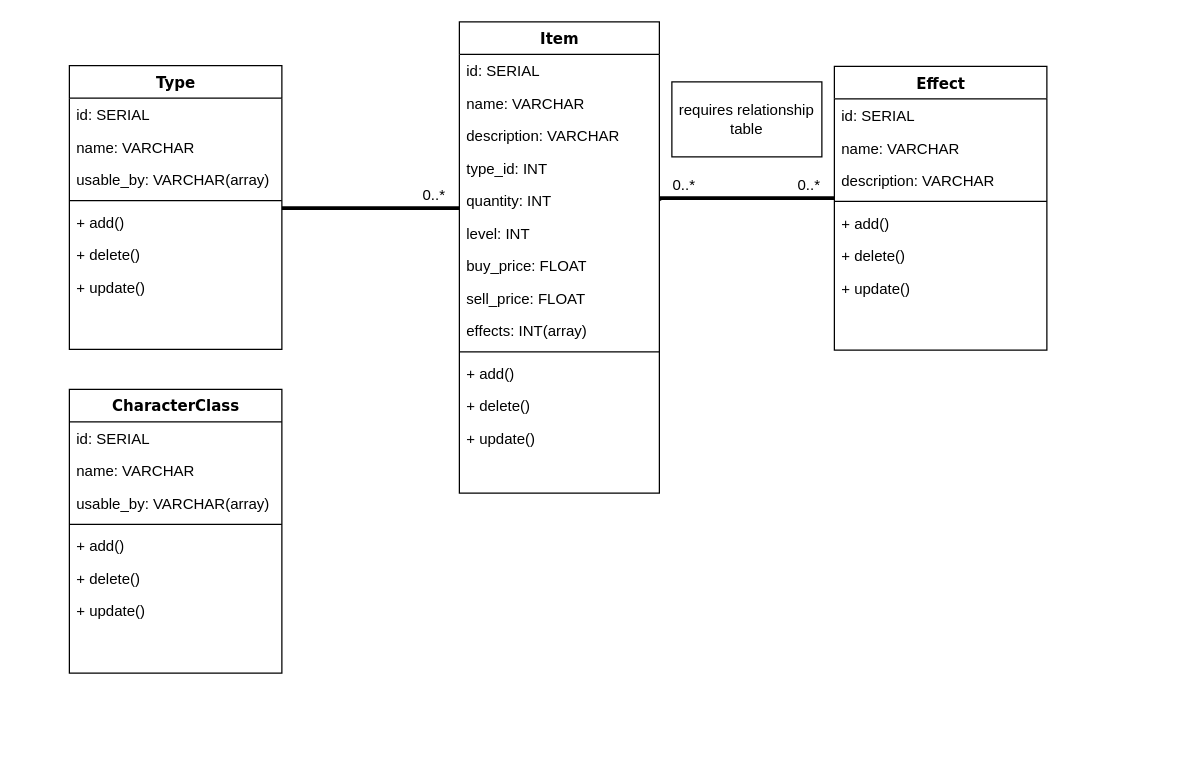
Earlier version of the draw.io diagram documents/Class Diagram.drawio (joshua-gibson/adventurer_shop). Source tidied: cells renumbered, new cells numbered last; positions are measured from the earlier drawing's top-left corner, leaving out a move shared by most shapes. Both pictures are drawn from the tidied source at 125%, with x=0, y=0 at pixel (69, 21).
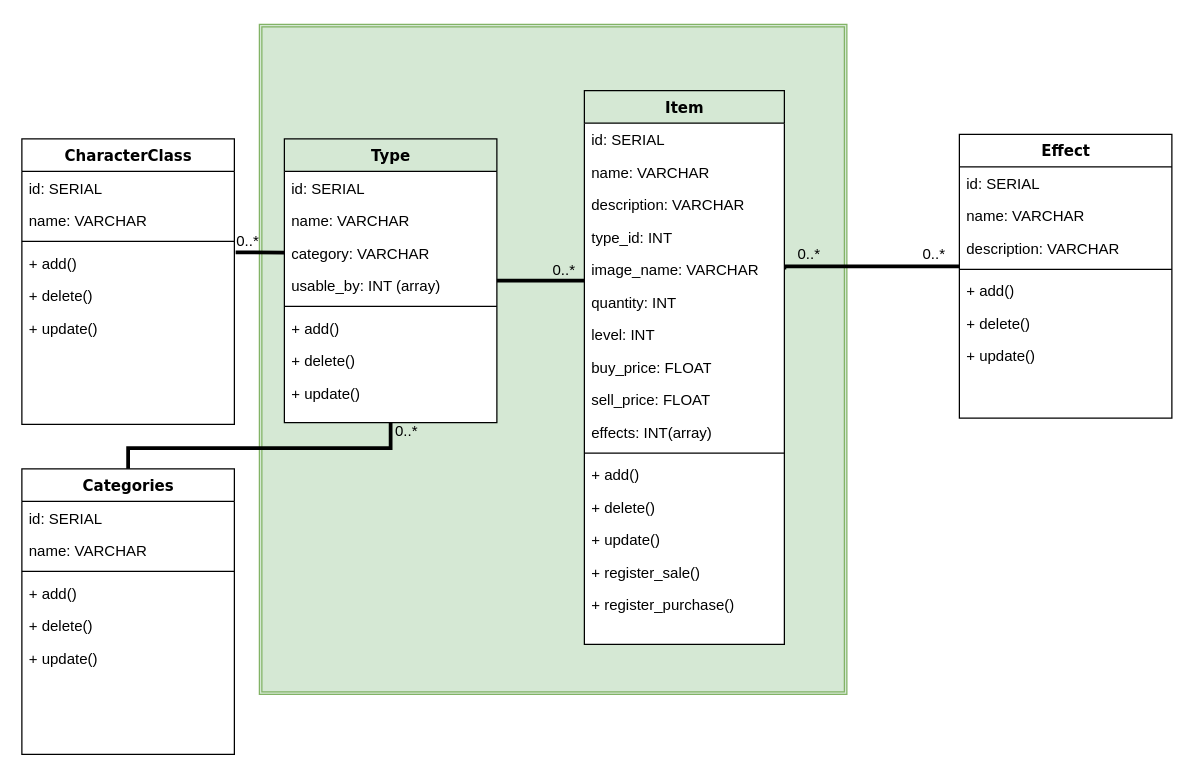
The same diagram, later.

The change refers to these unchanged cells:
```xml
<mxCell id="31" style="line;html=1;strokeWidth=1;fillColor=none;align=left;verticalAlign=middle;spacingTop=-1;spacingLeft=3;spacingRight=3;labelPosition=right;points=[];portConstraint=eastwest;" parent="27" vertex="1">
  <mxGeometry y="104" width="170" height="8" as="geometry" />
</mxCell>
```

Diff of the diagram source:
```diff
@@
+    <mxCell id="46" style="shape=ext;double=1;rounded=0;whiteSpace=wrap;html=1;fillColor=#d5e8d4;strokeColor=#82b366;" parent="1" vertex="1">
+      <mxGeometry x="152" y="2" width="470" height="536" as="geometry" />
+    </mxCell>
     <mxCell id="2" value="Type" style="swimlane;html=1;fontStyle=1;align=center;verticalAlign=top;horizontal=1;startSize=26;swimlaneFillColor=#ffffff;rounded=0;shadow=0;comic=0;labelBackgroundColor=none;strokeColor=#000000;strokeWidth=1;fillColor=none;fontFamily=Verdana;fontSize=12;fontColor=#000000;" parent="1" vertex="1">
-      <mxGeometry y="35" width="170" height="227" as="geometry" />
+      <mxGeometry x="172" y="93.5" width="170" height="227" as="geometry" />
     </mxCell>
@@
+    <mxCell id="47" value="category: VARCHAR" style="text;html=1;strokeColor=none;fillColor=none;align=left;verticalAlign=top;spacingLeft=4;spacingRight=4;whiteSpace=wrap;overflow=hidden;points=[[0,0.5],[1,0.5]];portConstraint=eastwest;" parent="2" vertex="1">
+      <mxGeometry y="78" width="170" height="26" as="geometry" />
+    </mxCell>
-    <mxCell id="5" value="usable_by: VARCHAR(array)" style="text;html=1;strokeColor=none;fillColor=none;align=left;verticalAlign=top;spacingLeft=4;spacingRight=4;whiteSpace=wrap;overflow=hidden;" parent="2" vertex="1">
-      <mxGeometry y="78" width="170" height="26" as="geometry" />
+    <mxCell id="5" value="usable_by: INT (array)" style="text;html=1;strokeColor=none;fillColor=none;align=left;verticalAlign=top;spacingLeft=4;spacingRight=4;whiteSpace=wrap;overflow=hidden;" parent="2" vertex="1">
+      <mxGeometry y="104" width="170" height="26" as="geometry" />
     </mxCell>
     <mxCell id="6" style="line;html=1;strokeWidth=1;fillColor=none;align=left;verticalAlign=middle;spacingTop=-1;spacingLeft=3;spacingRight=3;labelPosition=right;" parent="2" vertex="1">
-      <mxGeometry y="104" width="170" height="8" as="geometry" />
+      <mxGeometry y="130" width="170" height="8" as="geometry" />
     </mxCell>
     <mxCell id="7" value="+ add()" style="text;html=1;strokeColor=none;fillColor=none;align=left;verticalAlign=top;spacingLeft=4;spacingRight=4;whiteSpace=wrap;overflow=hidden;" parent="2" vertex="1">
-      <mxGeometry y="112" width="170" height="26" as="geometry" />
+      <mxGeometry y="138" width="170" height="26" as="geometry" />
     </mxCell>
     <mxCell id="8" value="+ delete()" style="text;html=1;strokeColor=none;fillColor=none;align=left;verticalAlign=top;spacingLeft=4;spacingRight=4;whiteSpace=wrap;overflow=hidden;" parent="2" vertex="1">
-      <mxGeometry y="138" width="170" height="26" as="geometry" />
+      <mxGeometry y="164" width="170" height="26" as="geometry" />
     </mxCell>
     <mxCell id="9" value="+ update()" style="text;html=1;strokeColor=none;fillColor=none;align=left;verticalAlign=top;spacingLeft=4;spacingRight=4;whiteSpace=wrap;overflow=hidden;" parent="2" vertex="1">
-      <mxGeometry y="164" width="170" height="26" as="geometry" />
+      <mxGeometry y="190" width="170" height="26" as="geometry" />
     </mxCell>
-    <mxCell id="10" style="edgeStyle=orthogonalEdgeStyle;rounded=0;jettySize=auto;html=1;startArrow=none;startFill=0;endArrow=none;endFill=0;entryX=0;entryY=0.188;entryDx=0;entryDy=0;entryPerimeter=0;strokeWidth=3;exitX=1;exitY=0.5;exitDx=0;exitDy=0;" parent="1" edge="1" source="16" target="31">
+    <mxCell id="10" style="edgeStyle=orthogonalEdgeStyle;rounded=0;jettySize=auto;html=1;startArrow=none;startFill=0;endArrow=none;endFill=0;entryX=0;entryY=0.188;entryDx=0;entryDy=0;entryPerimeter=0;strokeWidth=3;exitX=1;exitY=0.5;exitDx=0;exitDy=0;" parent="1" edge="1" source="48" target="31">
       <mxGeometry relative="1" as="geometry">
         <Array as="points">
-          <mxPoint x="472" y="141" />
+          <mxPoint x="572" y="195.5" />
         </Array>
       </mxGeometry>
     </mxCell>
     <mxCell id="11" value="Item" style="swimlane;html=1;fontStyle=1;align=center;verticalAlign=top;horizontal=1;startSize=26;swimlaneFillColor=#ffffff;rounded=0;shadow=0;comic=0;labelBackgroundColor=none;strokeColor=#000000;strokeWidth=1;fillColor=none;fontFamily=Verdana;fontSize=12;fontColor=#000000;" parent="1" vertex="1">
-      <mxGeometry x="312" width="160" height="377" as="geometry" />
+      <mxGeometry x="412" y="55" width="160" height="443" as="geometry" />
     </mxCell>
@@
+    <mxCell id="48" value="image_name: VARCHAR" style="text;html=1;strokeColor=none;fillColor=none;align=left;verticalAlign=top;spacingLeft=4;spacingRight=4;whiteSpace=wrap;overflow=hidden;points=[[0,0.5],[1,0.5]];portConstraint=eastwest;" parent="11" vertex="1">
+      <mxGeometry y="130" width="160" height="26" as="geometry" />
+    </mxCell>
     <mxCell id="16" value="quantity: INT" style="text;html=1;strokeColor=none;fillColor=none;align=left;verticalAlign=top;spacingLeft=4;spacingRight=4;whiteSpace=wrap;overflow=hidden;points=[[0,0.5],[1,0.5]];portConstraint=eastwest;" parent="11" vertex="1">
-      <mxGeometry y="130" width="160" height="26" as="geometry" />
+      <mxGeometry y="156" width="160" height="26" as="geometry" />
     </mxCell>
     <mxCell id="17" value="level: INT" style="text;html=1;strokeColor=none;fillColor=none;align=left;verticalAlign=top;spacingLeft=4;spacingRight=4;whiteSpace=wrap;overflow=hidden;" parent="11" vertex="1">
-      <mxGeometry y="156" width="160" height="26" as="geometry" />
+      <mxGeometry y="182" width="160" height="26" as="geometry" />
     </mxCell>
     <mxCell id="18" value="buy_price: FLOAT" style="text;html=1;strokeColor=none;fillColor=none;align=left;verticalAlign=top;spacingLeft=4;spacingRight=4;whiteSpace=wrap;overflow=hidden;" parent="11" vertex="1">
-      <mxGeometry y="182" width="160" height="26" as="geometry" />
+      <mxGeometry y="208" width="160" height="26" as="geometry" />
     </mxCell>
     <mxCell id="19" value="sell_price: FLOAT" style="text;html=1;strokeColor=none;fillColor=none;align=left;verticalAlign=top;spacingLeft=4;spacingRight=4;whiteSpace=wrap;overflow=hidden;" parent="11" vertex="1">
-      <mxGeometry y="208" width="160" height="26" as="geometry" />
+      <mxGeometry y="234" width="160" height="26" as="geometry" />
     </mxCell>
     <mxCell id="20" value="effects: INT(array)" style="text;html=1;strokeColor=none;fillColor=none;align=left;verticalAlign=top;spacingLeft=4;spacingRight=4;whiteSpace=wrap;overflow=hidden;" parent="11" vertex="1">
-      <mxGeometry y="234" width="160" height="26" as="geometry" />
+      <mxGeometry y="260" width="160" height="26" as="geometry" />
     </mxCell>
     <mxCell id="21" style="line;html=1;strokeWidth=1;fillColor=none;align=left;verticalAlign=middle;spacingTop=-1;spacingLeft=3;spacingRight=3;labelPosition=right;" parent="11" vertex="1">
-      <mxGeometry y="260" width="160" height="8" as="geometry" />
+      <mxGeometry y="286" width="160" height="8" as="geometry" />
     </mxCell>
     <mxCell id="22" value="+ add()" style="text;html=1;strokeColor=none;fillColor=none;align=left;verticalAlign=top;spacingLeft=4;spacingRight=4;whiteSpace=wrap;overflow=hidden;" parent="11" vertex="1">
-      <mxGeometry y="268" width="160" height="26" as="geometry" />
+      <mxGeometry y="294" width="160" height="26" as="geometry" />
     </mxCell>
     <mxCell id="23" value="+ delete()" style="text;html=1;strokeColor=none;fillColor=none;align=left;verticalAlign=top;spacingLeft=4;spacingRight=4;whiteSpace=wrap;overflow=hidden;" parent="11" vertex="1">
-      <mxGeometry y="294" width="160" height="26" as="geometry" />
+      <mxGeometry y="320" width="160" height="26" as="geometry" />
     </mxCell>
+    <mxCell id="49" value="+ update()" style="text;html=1;strokeColor=none;fillColor=none;align=left;verticalAlign=top;spacingLeft=4;spacingRight=4;whiteSpace=wrap;overflow=hidden;" parent="11" vertex="1">
+      <mxGeometry y="346" width="160" height="26" as="geometry" />
+    </mxCell>
-    <mxCell id="24" value="+ update()" style="text;html=1;strokeColor=none;fillColor=none;align=left;verticalAlign=top;spacingLeft=4;spacingRight=4;whiteSpace=wrap;overflow=hidden;" parent="11" vertex="1">
-      <mxGeometry y="320" width="160" height="26" as="geometry" />
+    <mxCell id="24" value="+ register_sale()" style="text;html=1;strokeColor=none;fillColor=none;align=left;verticalAlign=top;spacingLeft=4;spacingRight=4;whiteSpace=wrap;overflow=hidden;" parent="11" vertex="1">
+      <mxGeometry y="372" width="160" height="26" as="geometry" />
     </mxCell>
+    <mxCell id="50" value="+ register_purchase()" style="text;html=1;strokeColor=none;fillColor=none;align=left;verticalAlign=top;spacingLeft=4;spacingRight=4;whiteSpace=wrap;overflow=hidden;" parent="11" vertex="1">
+      <mxGeometry y="398" width="160" height="26" as="geometry" />
+    </mxCell>
@@
     <mxCell id="26" value="0..*" style="text;html=1;strokeColor=none;fillColor=none;align=center;verticalAlign=middle;whiteSpace=wrap;rounded=0;" parent="1" vertex="1">
-      <mxGeometry x="272" y="129" width="40" height="20" as="geometry" />
+      <mxGeometry x="376" y="189" width="40" height="20" as="geometry" />
     </mxCell>
     <mxCell id="27" value="Effect" style="swimlane;html=1;fontStyle=1;align=center;verticalAlign=top;horizontal=1;startSize=26;swimlaneFillColor=#ffffff;rounded=0;shadow=0;comic=0;labelBackgroundColor=none;strokeColor=#000000;strokeWidth=1;fillColor=none;fontFamily=Verdana;fontSize=12;fontColor=#000000;" parent="1" vertex="1">
-      <mxGeometry x="612" y="35.5" width="170" height="227" as="geometry" />
+      <mxGeometry x="712" y="90" width="170" height="227" as="geometry" />
     </mxCell>
@@
     <mxCell id="35" value="0..*" style="text;html=1;strokeColor=none;fillColor=none;align=center;verticalAlign=middle;whiteSpace=wrap;rounded=0;" parent="1" vertex="1">
-      <mxGeometry x="572" y="121" width="40" height="20" as="geometry" />
+      <mxGeometry x="672" y="175.5" width="40" height="20" as="geometry" />
     </mxCell>
     <mxCell id="36" value="0..*" style="text;html=1;strokeColor=none;fillColor=none;align=center;verticalAlign=middle;whiteSpace=wrap;rounded=0;" parent="1" vertex="1">
-      <mxGeometry x="472" y="121" width="40" height="20" as="geometry" />
+      <mxGeometry x="572" y="175.5" width="40" height="20" as="geometry" />
     </mxCell>
-    <mxCell id="37" value="requires relationship table" style="rounded=0;whiteSpace=wrap;html=1;" parent="1" vertex="1">
-      <mxGeometry x="482" y="48" width="120" height="60" as="geometry" />
-    </mxCell>
     <mxCell id="38" value="CharacterClass" style="swimlane;html=1;fontStyle=1;align=center;verticalAlign=top;horizontal=1;startSize=26;swimlaneFillColor=#ffffff;rounded=0;shadow=0;comic=0;labelBackgroundColor=none;strokeColor=#000000;strokeWidth=1;fillColor=none;fontFamily=Verdana;fontSize=12;fontColor=#000000;" parent="1" vertex="1">
-      <mxGeometry y="294" width="170" height="227" as="geometry" />
+      <mxGeometry x="-38" y="93.5" width="170" height="228.5" as="geometry" />
     </mxCell>
@@
-    <mxCell id="41" value="usable_by: VARCHAR(array)" style="text;html=1;strokeColor=none;fillColor=none;align=left;verticalAlign=top;spacingLeft=4;spacingRight=4;whiteSpace=wrap;overflow=hidden;" parent="38" vertex="1">
-      <mxGeometry y="78" width="170" height="26" as="geometry" />
-    </mxCell>
     <mxCell id="42" style="line;html=1;strokeWidth=1;fillColor=none;align=left;verticalAlign=middle;spacingTop=-1;spacingLeft=3;spacingRight=3;labelPosition=right;" parent="38" vertex="1">
-      <mxGeometry y="104" width="170" height="8" as="geometry" />
+      <mxGeometry y="78" width="170" height="8" as="geometry" />
     </mxCell>
     <mxCell id="43" value="+ add()" style="text;html=1;strokeColor=none;fillColor=none;align=left;verticalAlign=top;spacingLeft=4;spacingRight=4;whiteSpace=wrap;overflow=hidden;points=[[0,0.5],[1,0.5]];portConstraint=eastwest;" parent="38" vertex="1">
-      <mxGeometry y="112" width="170" height="26" as="geometry" />
+      <mxGeometry y="86" width="170" height="26" as="geometry" />
     </mxCell>
     <mxCell id="44" value="+ delete()" style="text;html=1;strokeColor=none;fillColor=none;align=left;verticalAlign=top;spacingLeft=4;spacingRight=4;whiteSpace=wrap;overflow=hidden;" parent="38" vertex="1">
-      <mxGeometry y="138" width="170" height="26" as="geometry" />
+      <mxGeometry y="112" width="170" height="26" as="geometry" />
     </mxCell>
     <mxCell id="45" value="+ update()" style="text;html=1;strokeColor=none;fillColor=none;align=left;verticalAlign=top;spacingLeft=4;spacingRight=4;whiteSpace=wrap;overflow=hidden;" parent="38" vertex="1">
-      <mxGeometry y="164" width="170" height="26" as="geometry" />
+      <mxGeometry y="138" width="170" height="26" as="geometry" />
     </mxCell>
+    <mxCell id="51" style="rounded=0;jettySize=auto;html=1;startArrow=none;startFill=0;endArrow=none;endFill=0;entryX=0;entryY=0.5;entryDx=0;entryDy=0;strokeWidth=3;exitX=1.006;exitY=0.192;exitDx=0;exitDy=0;exitPerimeter=0;" parent="1" edge="1" source="43" target="47">
+      <mxGeometry relative="1" as="geometry" />
+    </mxCell>
+    <mxCell id="52" value="Categories" style="swimlane;html=1;fontStyle=1;align=center;verticalAlign=top;horizontal=1;startSize=26;swimlaneFillColor=#ffffff;rounded=0;shadow=0;comic=0;labelBackgroundColor=none;strokeColor=#000000;strokeWidth=1;fillColor=none;fontFamily=Verdana;fontSize=12;fontColor=#000000;" parent="1" vertex="1">
+      <mxGeometry x="-38" y="357.5" width="170" height="228.5" as="geometry" />
+    </mxCell>
+    <mxCell id="53" value="id: SERIAL" style="text;html=1;strokeColor=none;fillColor=none;align=left;verticalAlign=top;spacingLeft=4;spacingRight=4;whiteSpace=wrap;overflow=hidden;" parent="52" vertex="1">
+      <mxGeometry y="26" width="170" height="26" as="geometry" />
+    </mxCell>
+    <mxCell id="54" value="name: VARCHAR" style="text;html=1;strokeColor=none;fillColor=none;align=left;verticalAlign=top;spacingLeft=4;spacingRight=4;whiteSpace=wrap;overflow=hidden;" parent="52" vertex="1">
+      <mxGeometry y="52" width="170" height="26" as="geometry" />
+    </mxCell>
+    <mxCell id="55" style="line;html=1;strokeWidth=1;fillColor=none;align=left;verticalAlign=middle;spacingTop=-1;spacingLeft=3;spacingRight=3;labelPosition=right;" parent="52" vertex="1">
+      <mxGeometry y="78" width="170" height="8" as="geometry" />
+    </mxCell>
+    <mxCell id="56" value="+ add()" style="text;html=1;strokeColor=none;fillColor=none;align=left;verticalAlign=top;spacingLeft=4;spacingRight=4;whiteSpace=wrap;overflow=hidden;" parent="52" vertex="1">
+      <mxGeometry y="86" width="170" height="26" as="geometry" />
+    </mxCell>
+    <mxCell id="57" value="+ delete()" style="text;html=1;strokeColor=none;fillColor=none;align=left;verticalAlign=top;spacingLeft=4;spacingRight=4;whiteSpace=wrap;overflow=hidden;" parent="52" vertex="1">
+      <mxGeometry y="112" width="170" height="26" as="geometry" />
+    </mxCell>
+    <mxCell id="58" value="+ update()" style="text;html=1;strokeColor=none;fillColor=none;align=left;verticalAlign=top;spacingLeft=4;spacingRight=4;whiteSpace=wrap;overflow=hidden;" parent="52" vertex="1">
+      <mxGeometry y="138" width="170" height="26" as="geometry" />
+    </mxCell>
+    <mxCell id="59" style="rounded=0;jettySize=auto;html=1;startArrow=none;startFill=0;endArrow=none;endFill=0;entryX=0.5;entryY=1;entryDx=0;entryDy=0;strokeWidth=3;exitX=0.5;exitY=0;exitDx=0;exitDy=0;edgeStyle=orthogonalEdgeStyle;" parent="1" edge="1" source="52" target="2">
+      <mxGeometry relative="1" as="geometry">
+        <Array as="points">
+          <mxPoint x="47" y="341" />
+          <mxPoint x="257" y="341" />
+        </Array>
+      </mxGeometry>
+    </mxCell>
+    <mxCell id="60" value="0..*" style="text;html=1;strokeColor=none;fillColor=none;align=center;verticalAlign=middle;whiteSpace=wrap;rounded=0;" parent="1" vertex="1">
+      <mxGeometry x="123" y="165.5" width="40" height="20" as="geometry" />
+    </mxCell>
+    <mxCell id="61" value="0..*" style="text;html=1;strokeColor=none;fillColor=none;align=center;verticalAlign=middle;whiteSpace=wrap;rounded=0;" parent="1" vertex="1">
+      <mxGeometry x="250" y="318" width="40" height="20" as="geometry" />
+    </mxCell>
```
